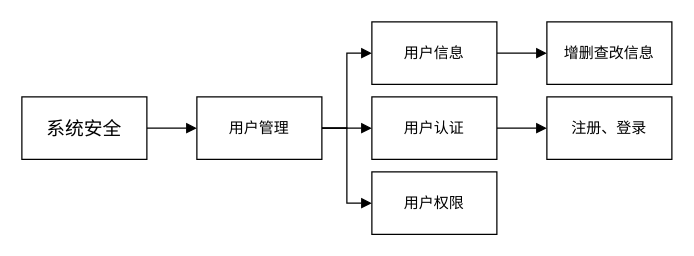
Before: tmp/系统安全模块功能图.drawio in anvalue/DrawIo_SQ, a draw.io diagram. Source tidied: cells renumbered, new cells numbered last; positions are measured from the earlier drawing's top-left corner, leaving out a move shared by most shapes. Both pictures are drawn from the tidied source at 125%, with x=0, y=0 at pixel (21, 21).
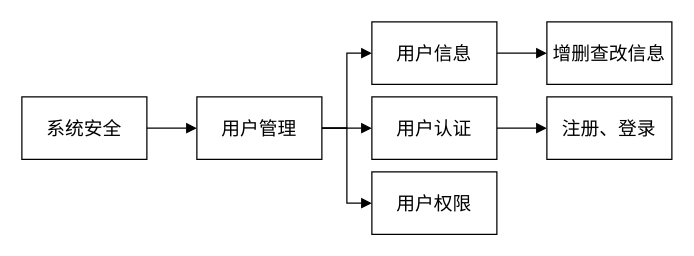
The same diagram, later.

Commit message (it also covers changes not shown here):
更新系统安全模块功能图.drawio

The edit, as a diff of the source:
```diff
@@
 <mxGraphModel>
   <root>
     <mxCell id="0" />
     <mxCell id="1" parent="0" />
     <mxCell id="2" style="edgeStyle=orthogonalEdgeStyle;rounded=0;jettySize=auto;html=1;endArrow=block;endFill=1;" parent="1" edge="1" source="3" target="7">
       <mxGeometry relative="1" as="geometry" />
     </mxCell>
     <mxCell id="3" value="&lt;font style=&quot;font-size: 15px;&quot;&gt;系统安全&lt;/font&gt;" style="rounded=0;whiteSpace=wrap;html=1;" parent="1" vertex="1">
       <mxGeometry y="60" width="100" height="50" as="geometry" />
     </mxCell>
     <mxCell id="4" style="edgeStyle=orthogonalEdgeStyle;shape=connector;rounded=0;jettySize=auto;html=1;strokeColor=default;align=center;verticalAlign=middle;fontFamily=Helvetica;fontSize=11;fontColor=default;labelBackgroundColor=default;endArrow=block;endFill=1;" parent="1" edge="1" source="7" target="9">
       <mxGeometry relative="1" as="geometry" />
     </mxCell>
     <mxCell id="5" style="edgeStyle=orthogonalEdgeStyle;shape=connector;rounded=0;jettySize=auto;html=1;entryX=0;entryY=0.5;entryDx=0;entryDy=0;strokeColor=default;align=center;verticalAlign=middle;fontFamily=Helvetica;fontSize=11;fontColor=default;labelBackgroundColor=default;endArrow=block;endFill=1;" parent="1" edge="1" source="7" target="12">
       <mxGeometry relative="1" as="geometry" />
     </mxCell>
     <mxCell id="6" style="edgeStyle=orthogonalEdgeStyle;shape=connector;rounded=0;jettySize=auto;html=1;entryX=0;entryY=0.5;entryDx=0;entryDy=0;strokeColor=default;align=center;verticalAlign=middle;fontFamily=Helvetica;fontSize=11;fontColor=default;labelBackgroundColor=default;endArrow=block;endFill=1;" parent="1" edge="1" source="7" target="10">
       <mxGeometry relative="1" as="geometry" />
     </mxCell>
-    <mxCell id="7" value="用户管理" style="rounded=0;whiteSpace=wrap;html=1;" parent="1" vertex="1">
+    <mxCell id="7" value="用户管理" style="rounded=0;whiteSpace=wrap;html=1;fontSize=15;" parent="1" vertex="1">
       <mxGeometry x="140" y="60" width="100" height="50" as="geometry" />
     </mxCell>
     <mxCell id="8" style="edgeStyle=orthogonalEdgeStyle;shape=connector;rounded=0;jettySize=auto;html=1;entryX=0;entryY=0.5;entryDx=0;entryDy=0;strokeColor=default;align=center;verticalAlign=middle;fontFamily=Helvetica;fontSize=11;fontColor=default;labelBackgroundColor=default;endArrow=block;endFill=1;" parent="1" edge="1" source="9" target="14">
       <mxGeometry relative="1" as="geometry" />
     </mxCell>
-    <mxCell id="9" value="用户认证" style="rounded=0;whiteSpace=wrap;html=1;" parent="1" vertex="1">
+    <mxCell id="9" value="用户认证" style="rounded=0;whiteSpace=wrap;html=1;fontSize=15;" parent="1" vertex="1">
       <mxGeometry x="280" y="60" width="100" height="50" as="geometry" />
     </mxCell>
-    <mxCell id="10" value="用户权限" style="rounded=0;whiteSpace=wrap;html=1;" parent="1" vertex="1">
+    <mxCell id="10" value="用户权限" style="rounded=0;whiteSpace=wrap;html=1;fontSize=15;" parent="1" vertex="1">
       <mxGeometry x="280" y="120" width="100" height="50" as="geometry" />
     </mxCell>
     <mxCell id="11" style="edgeStyle=orthogonalEdgeStyle;shape=connector;rounded=0;jettySize=auto;html=1;strokeColor=default;align=center;verticalAlign=middle;fontFamily=Helvetica;fontSize=11;fontColor=default;labelBackgroundColor=default;endArrow=block;endFill=1;" parent="1" edge="1" source="12" target="13">
       <mxGeometry relative="1" as="geometry" />
     </mxCell>
-    <mxCell id="12" value="用户信息" style="rounded=0;whiteSpace=wrap;html=1;" parent="1" vertex="1">
+    <mxCell id="12" value="用户信息" style="rounded=0;whiteSpace=wrap;html=1;fontSize=15;" parent="1" vertex="1">
       <mxGeometry x="280" width="100" height="50" as="geometry" />
     </mxCell>
-    <mxCell id="13" value="增删查改信息" style="rounded=0;whiteSpace=wrap;html=1;" parent="1" vertex="1">
+    <mxCell id="13" value="增删查改信息" style="rounded=0;whiteSpace=wrap;html=1;fontSize=15;" parent="1" vertex="1">
       <mxGeometry x="420" width="100" height="50" as="geometry" />
     </mxCell>
-    <mxCell id="14" value="注册、登录" style="rounded=0;whiteSpace=wrap;html=1;" parent="1" vertex="1">
+    <mxCell id="14" value="注册、登录" style="rounded=0;whiteSpace=wrap;html=1;fontSize=15;" parent="1" vertex="1">
       <mxGeometry x="420" y="60" width="100" height="50" as="geometry" />
     </mxCell>
   </root>
 </mxGraphModel>
```
